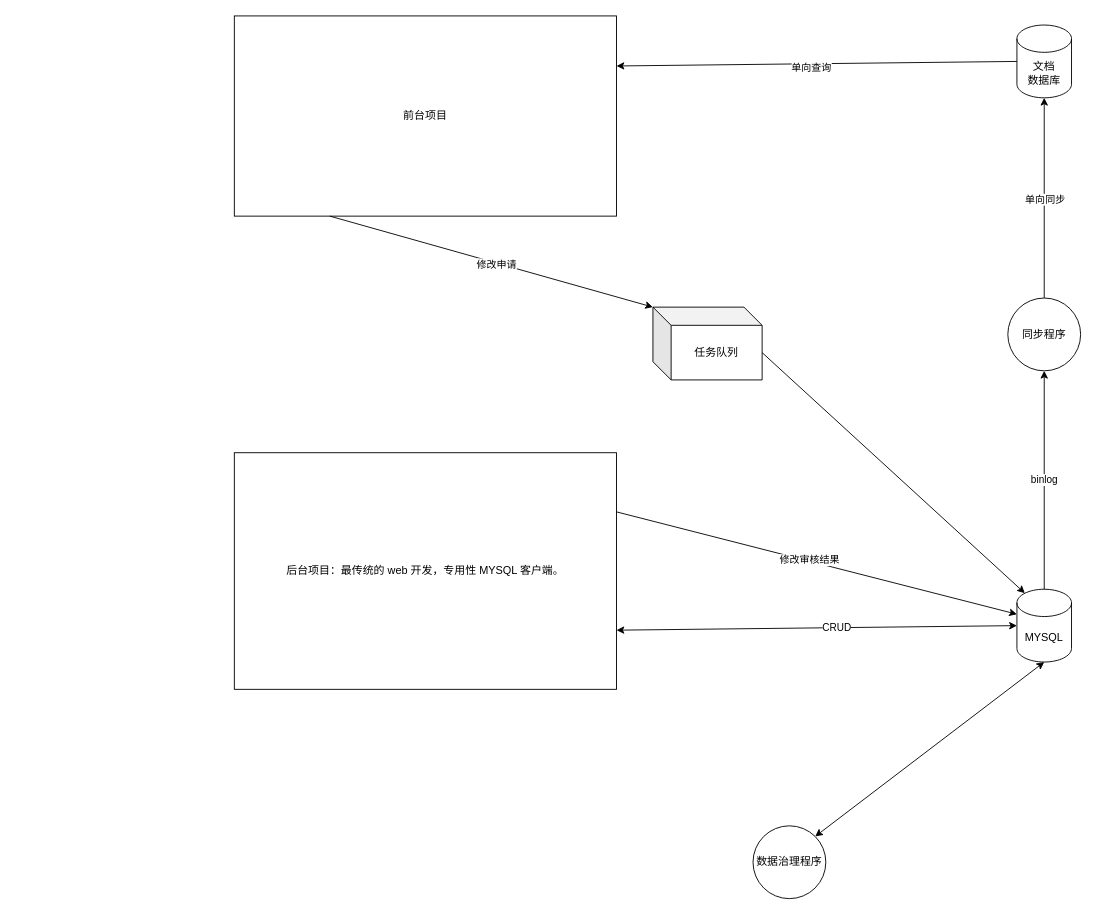
The draw.io diagram page "第 1 页" (1 of 2) of drawio/框架（V1）.drawio in chaosannals/zany, before the edit. Source tidied: cells renumbered, new cells numbered last; positions are measured from the earlier drawing's top-left corner, leaving out a move shared by most shapes. Both pictures are drawn from the tidied source at 91%, with x=0, y=0 at pixel (234, 15).
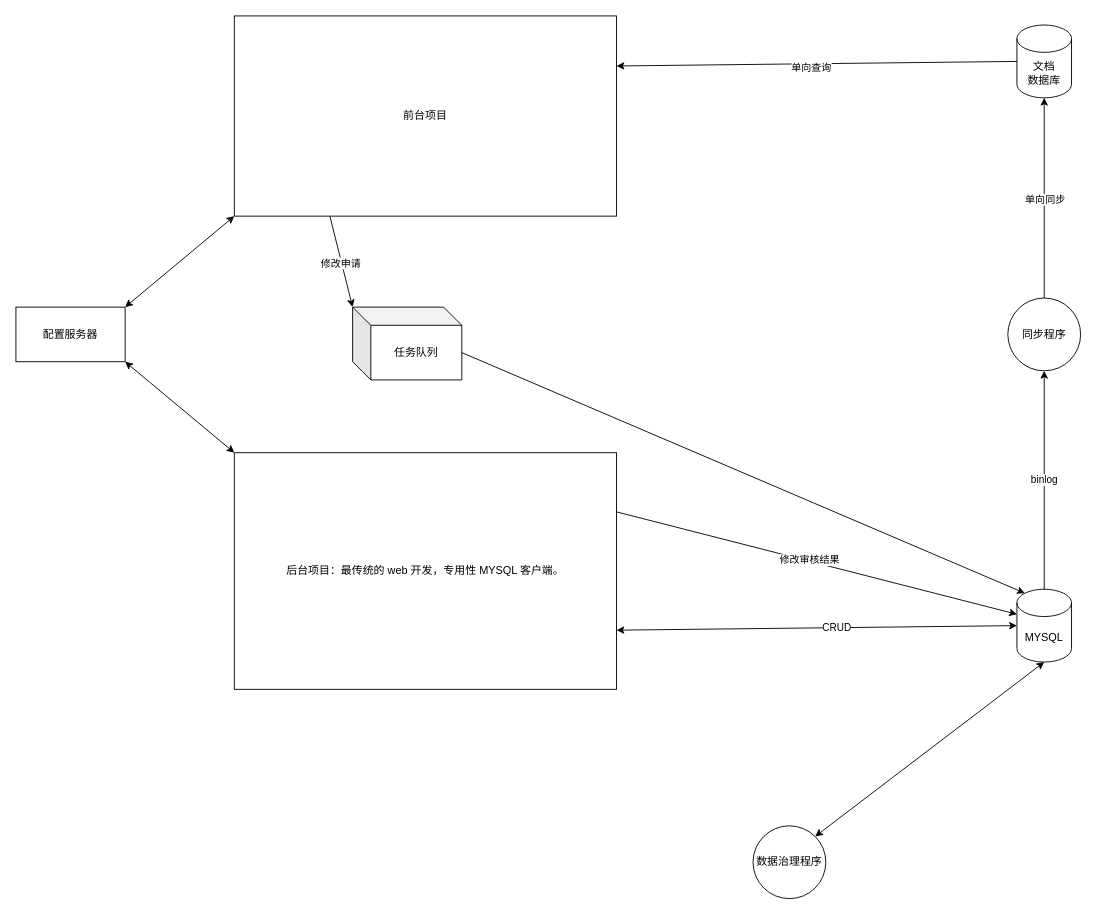
The same diagram, later.

Unchanged cells that the change refers to:
```xml
<mxCell id="2" value="前台项目" style="rounded=0;whiteSpace=wrap;html=1;" parent="1" vertex="1">
  <mxGeometry width="420" height="220" as="geometry" />
</mxCell>
<mxCell id="3" value="后台项目：最传统的 web 开发，专用性 MYSQL 客户端。" style="rounded=0;whiteSpace=wrap;html=1;" parent="1" vertex="1">
  <mxGeometry y="480" width="420" height="260" as="geometry" />
</mxCell>
```

What changed in the source:
```diff
@@
     <mxCell id="14" value="任务队列" style="shape=cube;whiteSpace=wrap;html=1;boundedLbl=1;backgroundOutline=1;darkOpacity=0.05;darkOpacity2=0.1;" parent="1" vertex="1">
-      <mxGeometry x="460" y="320" width="120" height="80" as="geometry" />
+      <mxGeometry x="130" y="320" width="120" height="80" as="geometry" />
     </mxCell>
@@
+    <mxCell id="23" value="配置服务器" style="rounded=0;whiteSpace=wrap;html=1;" parent="1" vertex="1">
+      <mxGeometry x="-240" y="320" width="120" height="60" as="geometry" />
+    </mxCell>
+    <mxCell id="24" style="endArrow=classic;startArrow=classic;html=1;rounded=0;entryX=0;entryY=1;entryDx=0;entryDy=0;exitX=1;exitY=0;exitDx=0;exitDy=0;" parent="1" edge="1" source="23" target="2">
+      <mxGeometry relative="1" as="geometry" />
+    </mxCell>
+    <mxCell id="25" style="endArrow=classic;startArrow=classic;html=1;rounded=0;entryX=0;entryY=0;entryDx=0;entryDy=0;exitX=1;exitY=1;exitDx=0;exitDy=0;" parent="1" edge="1" source="23" target="3">
+      <mxGeometry relative="1" as="geometry" />
+    </mxCell>
```
